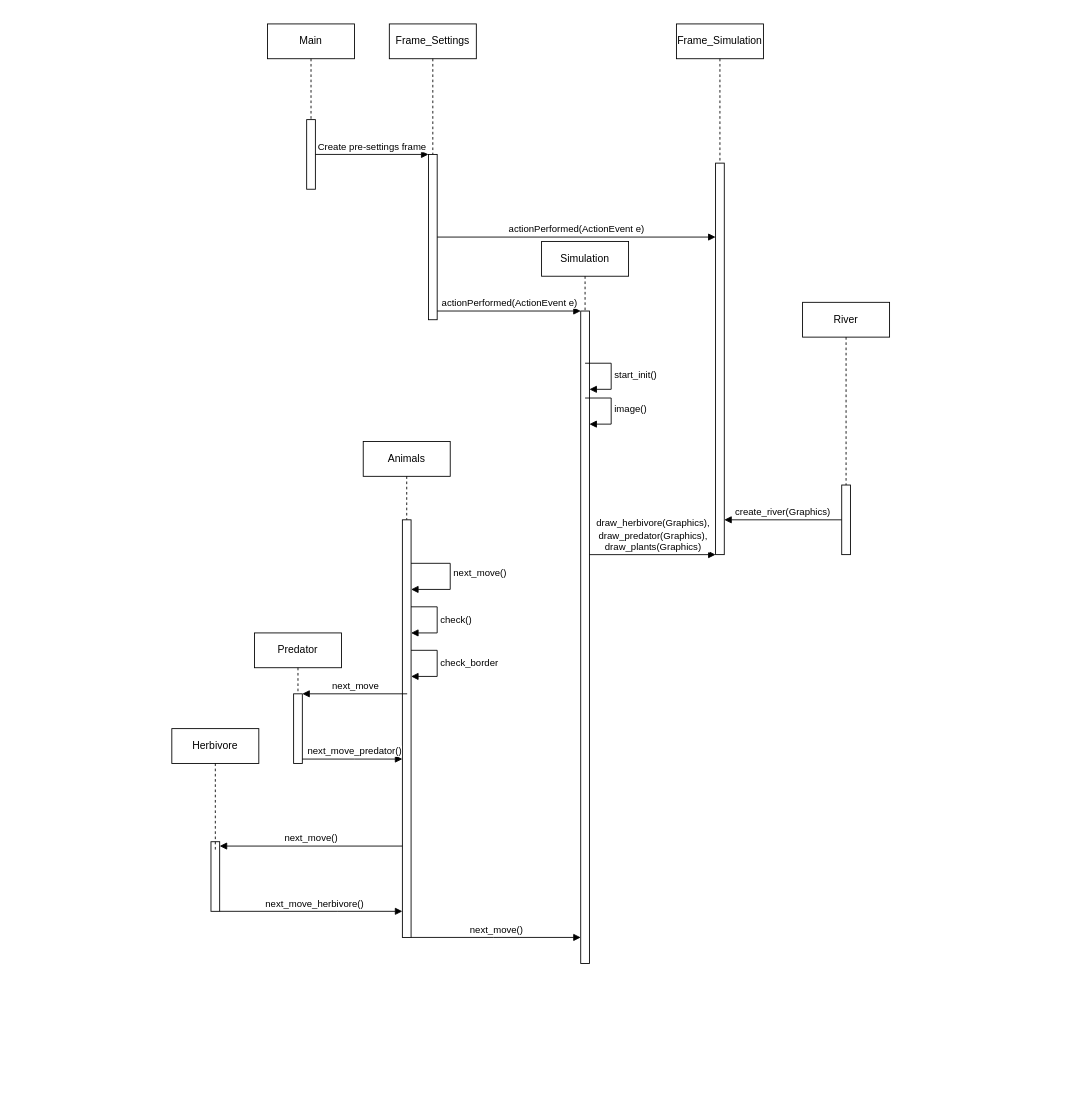
Above: LaSimulation_sequencediagram.drawio.xml in Vasiluke06/LaSimulation (draw.io), before the change. Source tidied: cells renumbered, new cells numbered last; positions are measured from the earlier drawing's top-left corner, leaving out a move shared by most shapes. Both pictures are drawn from the tidied source at 87%, with x=0, y=0 at pixel (171, 23).
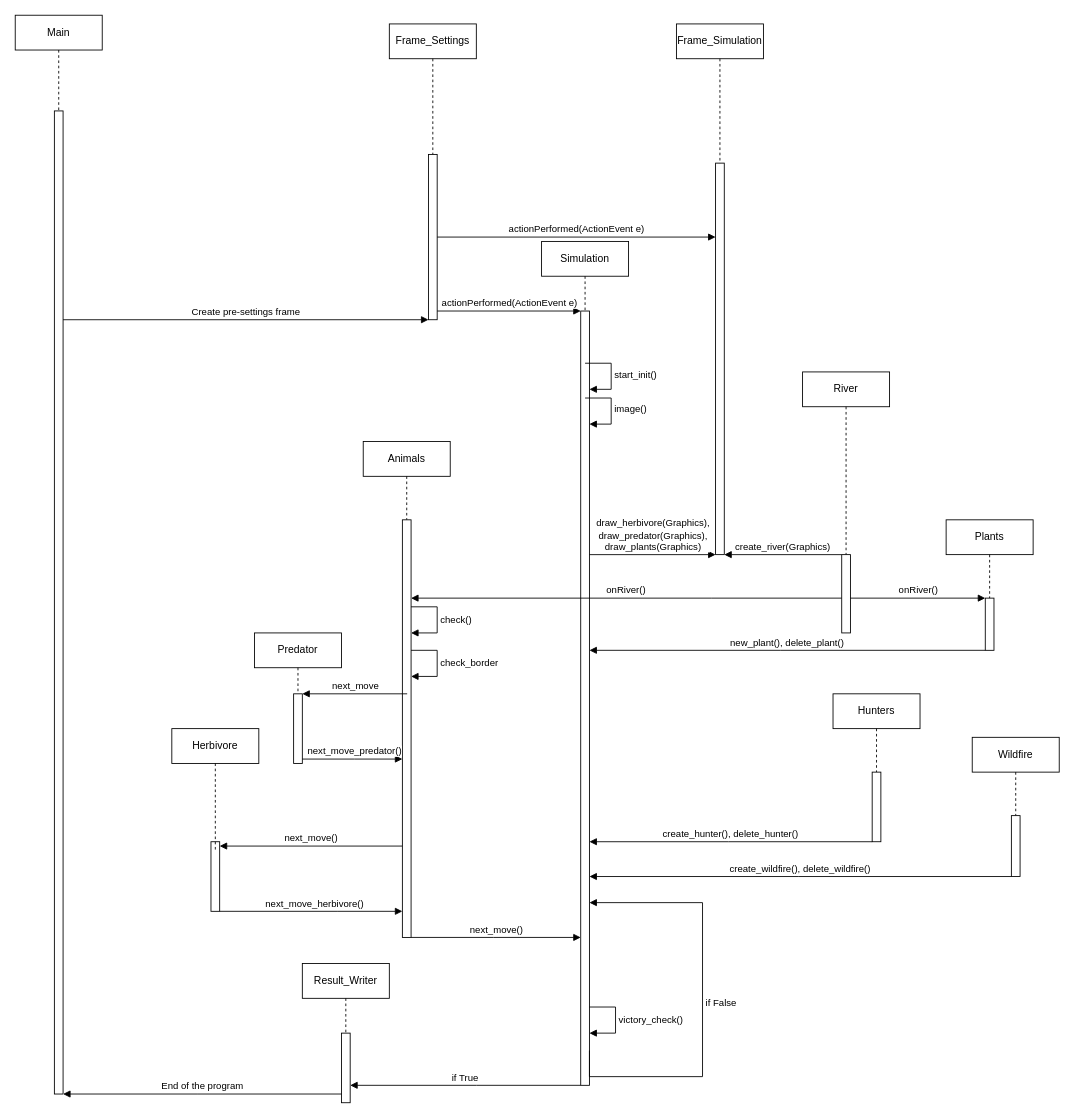
The same page after the edit.

The change refers to these unchanged cells:
```xml
<mxCell id="5" style="html=1;points=[[0,0,0,0,5],[0,1,0,0,-5],[1,0,0,0,5],[1,1,0,0,-5]];perimeter=orthogonalPerimeter;outlineConnect=0;targetShapes=umlLifeline;portConstraint=eastwest;newEdgeStyle={&quot;curved&quot;:0,&quot;rounded&quot;:0};" parent="1" vertex="1">
  <mxGeometry x="295" y="150" width="10" height="190" as="geometry" />
</mxCell>
<mxCell id="8" style="html=1;points=[[0,0,0,0,5],[0,1,0,0,-5],[1,0,0,0,5],[1,1,0,0,-5]];perimeter=orthogonalPerimeter;outlineConnect=0;targetShapes=umlLifeline;portConstraint=eastwest;newEdgeStyle={&quot;curved&quot;:0,&quot;rounded&quot;:0};" parent="1" vertex="1">
  <mxGeometry x="625" y="160" width="10" height="450" as="geometry" />
</mxCell>
<mxCell id="20" style="html=1;points=[[0,0,0,0,5],[0,1,0,0,-5],[1,0,0,0,5],[1,1,0,0,-5]];perimeter=orthogonalPerimeter;outlineConnect=0;targetShapes=umlLifeline;portConstraint=eastwest;newEdgeStyle={&quot;curved&quot;:0,&quot;rounded&quot;:0};" parent="1" vertex="1">
  <mxGeometry x="265" y="570" width="10" height="480" as="geometry" />
</mxCell>
```

Diff of the diagram source:
```diff
@@
     <mxCell id="2" value="Main" style="shape=umlLifeline;perimeter=lifelinePerimeter;whiteSpace=wrap;html=1;newEdgeStyle={&quot;curved&quot;:0,&quot;rounded&quot;:0};" parent="1" vertex="1">
-      <mxGeometry x="110" width="100" height="110" as="geometry" />
+      <mxGeometry x="-180" y="-10" width="100" height="110" as="geometry" />
     </mxCell>
-    <mxCell id="3" style="html=1;points=[[0,0,0,0,5],[0,1,0,0,-5],[1,0,0,0,5],[1,1,0,0,-5]];perimeter=orthogonalPerimeter;outlineConnect=0;targetShapes=umlLifeline;portConstraint=eastwest;newEdgeStyle={&quot;curved&quot;:0,&quot;rounded&quot;:0};" parent="1" vertex="1">
-      <mxGeometry x="155" y="110" width="10" height="80" as="geometry" />
-    </mxCell>
+    <mxCell id="33" style="html=1;points=[[0,0,0,0,5],[0,1,0,0,-5],[1,0,0,0,5],[1,1,0,0,-5]];perimeter=orthogonalPerimeter;outlineConnect=0;targetShapes=umlLifeline;portConstraint=eastwest;newEdgeStyle={&quot;curved&quot;:0,&quot;rounded&quot;:0};" parent="1" vertex="1">
+      <mxGeometry x="-135" y="100" width="10" height="1130" as="geometry" />
+    </mxCell>
@@
-    <mxCell id="6" value="Create pre-settings frame" style="html=1;verticalAlign=bottom;endArrow=block;curved=0;rounded=0;" parent="1" edge="1" source="3" target="5">
+    <mxCell id="6" value="Create pre-settings frame" style="html=1;verticalAlign=bottom;endArrow=block;curved=0;rounded=0;" parent="1" edge="1" source="33" target="5">
       <mxGeometry relative="1" as="geometry" />
     </mxCell>
@@
-    <mxCell id="11" style="html=1;points=[[0,0,0,0,5],[0,1,0,0,-5],[1,0,0,0,5],[1,1,0,0,-5]];perimeter=orthogonalPerimeter;outlineConnect=0;targetShapes=umlLifeline;portConstraint=eastwest;newEdgeStyle={&quot;curved&quot;:0,&quot;rounded&quot;:0};" parent="1" vertex="1">
-      <mxGeometry x="470" y="330" width="10" height="750" as="geometry" />
-    </mxCell>
-    <mxCell id="12" value="actionPerformed(ActionEvent e)" style="html=1;verticalAlign=bottom;endArrow=block;curved=0;rounded=0;" parent="1" edge="1" source="5" target="11">
-      <mxGeometry relative="1" as="geometry" />
-    </mxCell>
+    <mxCell id="34" style="html=1;points=[[0,0,0,0,5],[0,1,0,0,-5],[1,0,0,0,5],[1,1,0,0,-5]];perimeter=orthogonalPerimeter;outlineConnect=0;targetShapes=umlLifeline;portConstraint=eastwest;newEdgeStyle={&quot;curved&quot;:0,&quot;rounded&quot;:0};" parent="1" vertex="1">
+      <mxGeometry x="470" y="330" width="10" height="890" as="geometry" />
+    </mxCell>
+    <mxCell id="35" value="actionPerformed(ActionEvent e)" style="html=1;verticalAlign=bottom;endArrow=block;curved=0;rounded=0;" parent="1" edge="1" source="5" target="34">
+      <mxGeometry relative="1" as="geometry" />
+    </mxCell>
@@
-    <mxCell id="15" value="draw_herbivore(Graphics),&lt;div&gt;draw_predator(Graphics),&lt;/div&gt;&lt;div&gt;draw_plants(Graphics)&lt;/div&gt;" style="html=1;verticalAlign=bottom;endArrow=block;curved=0;rounded=0;" parent="1" edge="1" source="11" target="8">
+    <mxCell id="15" value="draw_herbivore(Graphics),&lt;div&gt;draw_predator(Graphics),&lt;/div&gt;&lt;div&gt;draw_plants(Graphics)&lt;/div&gt;" style="html=1;verticalAlign=bottom;endArrow=block;curved=0;rounded=0;" parent="1" edge="1" source="34" target="8">
       <mxGeometry relative="1" as="geometry" />
     </mxCell>
     <mxCell id="16" value="River" style="shape=umlLifeline;perimeter=lifelinePerimeter;whiteSpace=wrap;html=1;newEdgeStyle={&quot;curved&quot;:0,&quot;rounded&quot;:0};" parent="1" vertex="1">
-      <mxGeometry x="725" y="320" width="100" height="210" as="geometry" />
+      <mxGeometry x="725" y="400" width="100" height="210" as="geometry" />
     </mxCell>
-    <mxCell id="17" style="html=1;points=[[0,0,0,0,5],[0,1,0,0,-5],[1,0,0,0,5],[1,1,0,0,-5]];perimeter=orthogonalPerimeter;outlineConnect=0;targetShapes=umlLifeline;portConstraint=eastwest;newEdgeStyle={&quot;curved&quot;:0,&quot;rounded&quot;:0};" parent="1" vertex="1">
-      <mxGeometry x="770" y="530" width="10" height="80" as="geometry" />
-    </mxCell>
+    <mxCell id="36" style="html=1;points=[[0,0,0,0,5],[0,1,0,0,-5],[1,0,0,0,5],[1,1,0,0,-5]];perimeter=orthogonalPerimeter;outlineConnect=0;targetShapes=umlLifeline;portConstraint=eastwest;newEdgeStyle={&quot;curved&quot;:0,&quot;rounded&quot;:0};" parent="1" vertex="1">
+      <mxGeometry x="770" y="610" width="10" height="90" as="geometry" />
+    </mxCell>
-    <mxCell id="18" value="create_river(Graphics)" style="html=1;verticalAlign=bottom;endArrow=block;curved=0;rounded=0;" parent="1" edge="1" source="17" target="8">
+    <mxCell id="18" value="create_river(Graphics)" style="html=1;verticalAlign=bottom;endArrow=block;curved=0;rounded=0;" parent="1" edge="1" source="36" target="8">
       <mxGeometry relative="1" as="geometry" />
     </mxCell>
@@
-    <mxCell id="21" value="next_move()" style="html=1;align=left;spacingLeft=2;endArrow=block;rounded=0;edgeStyle=orthogonalEdgeStyle;curved=0;rounded=0;" parent="1" edge="1" source="20" target="20">
-      <mxGeometry x="-0.06" relative="1" as="geometry">
-        <Array as="points">
-          <mxPoint x="320" y="620" />
-          <mxPoint x="320" y="650" />
-        </Array>
-      </mxGeometry>
-    </mxCell>
@@
-    <mxCell id="32" value="next_move()" style="html=1;verticalAlign=bottom;endArrow=block;curved=0;rounded=0;" parent="1" edge="1" source="20" target="11">
+    <mxCell id="32" value="next_move()" style="html=1;verticalAlign=bottom;endArrow=block;curved=0;rounded=0;" parent="1" edge="1" source="20" target="34">
       <mxGeometry x="0.01" relative="1" as="geometry">
         <Array as="points">
           <mxPoint x="370" y="1050" />
         </Array>
       </mxGeometry>
     </mxCell>
+    <mxCell id="37" value="if True" style="html=1;verticalAlign=bottom;endArrow=block;curved=0;rounded=0;" parent="1" edge="1" source="34" target="41">
+      <mxGeometry relative="1" as="geometry">
+        <Array as="points">
+          <mxPoint x="350" y="1220" />
+        </Array>
+      </mxGeometry>
+    </mxCell>
+    <mxCell id="38" value="victory_check()" style="html=1;align=left;spacingLeft=2;endArrow=block;rounded=0;edgeStyle=orthogonalEdgeStyle;curved=0;rounded=0;" parent="1" edge="1" target="34">
+      <mxGeometry relative="1" as="geometry">
+        <mxPoint x="480" y="1130" as="sourcePoint" />
+        <Array as="points">
+          <mxPoint x="510" y="1130" />
+          <mxPoint x="510" y="1160" />
+        </Array>
+      </mxGeometry>
+    </mxCell>
+    <mxCell id="39" value="if False" style="html=1;align=left;spacingLeft=2;endArrow=block;rounded=0;edgeStyle=orthogonalEdgeStyle;curved=0;rounded=0;" parent="1" edge="1" target="34">
+      <mxGeometry relative="1" as="geometry">
+        <mxPoint x="480" y="1180" as="sourcePoint" />
+        <Array as="points">
+          <mxPoint x="480" y="1210" />
+          <mxPoint x="610" y="1210" />
+          <mxPoint x="610" y="1010" />
+        </Array>
+      </mxGeometry>
+    </mxCell>
+    <mxCell id="40" value="Result_Writer" style="shape=umlLifeline;perimeter=lifelinePerimeter;whiteSpace=wrap;html=1;newEdgeStyle={&quot;curved&quot;:0,&quot;rounded&quot;:0};" parent="1" vertex="1">
+      <mxGeometry x="150" y="1080" width="100" height="80" as="geometry" />
+    </mxCell>
+    <mxCell id="41" style="html=1;points=[[0,0,0,0,5],[0,1,0,0,-5],[1,0,0,0,5],[1,1,0,0,-5]];perimeter=orthogonalPerimeter;outlineConnect=0;targetShapes=umlLifeline;portConstraint=eastwest;newEdgeStyle={&quot;curved&quot;:0,&quot;rounded&quot;:0};" parent="1" vertex="1">
+      <mxGeometry x="195" y="1160" width="10" height="80" as="geometry" />
+    </mxCell>
+    <mxCell id="42" value="End of the program" style="html=1;verticalAlign=bottom;endArrow=block;curved=0;rounded=0;" parent="1" edge="1" source="41" target="33">
+      <mxGeometry relative="1" as="geometry">
+        <Array as="points">
+          <mxPoint x="30" y="1230" />
+        </Array>
+      </mxGeometry>
+    </mxCell>
+    <mxCell id="43" value="Hunters" style="shape=umlLifeline;perimeter=lifelinePerimeter;whiteSpace=wrap;html=1;newEdgeStyle={&quot;curved&quot;:0,&quot;rounded&quot;:0};" parent="1" vertex="1">
+      <mxGeometry x="760" y="770" width="100" height="90" as="geometry" />
+    </mxCell>
+    <mxCell id="44" style="html=1;points=[[0,0,0,0,5],[0,1,0,0,-5],[1,0,0,0,5],[1,1,0,0,-5]];perimeter=orthogonalPerimeter;outlineConnect=0;targetShapes=umlLifeline;portConstraint=eastwest;newEdgeStyle={&quot;curved&quot;:0,&quot;rounded&quot;:0};" parent="1" vertex="1">
+      <mxGeometry x="805" y="860" width="10" height="80" as="geometry" />
+    </mxCell>
+    <mxCell id="45" value="create_hunter(), delete_hunter()" style="html=1;verticalAlign=bottom;endArrow=block;curved=0;rounded=0;" parent="1" edge="1" source="44" target="34">
+      <mxGeometry relative="1" as="geometry">
+        <Array as="points">
+          <mxPoint x="640" y="940" />
+        </Array>
+      </mxGeometry>
+    </mxCell>
+    <mxCell id="46" value="onRiver()" style="html=1;verticalAlign=bottom;endArrow=block;curved=0;rounded=0;" parent="1" edge="1" source="36" target="20">
+      <mxGeometry relative="1" as="geometry">
+        <Array as="points">
+          <mxPoint x="620" y="660" />
+        </Array>
+      </mxGeometry>
+    </mxCell>
+    <mxCell id="47" value="Plants" style="shape=umlLifeline;perimeter=lifelinePerimeter;whiteSpace=wrap;html=1;newEdgeStyle={&quot;curved&quot;:0,&quot;rounded&quot;:0};" parent="1" vertex="1">
+      <mxGeometry x="890" y="570" width="100" height="130" as="geometry" />
+    </mxCell>
+    <mxCell id="48" style="html=1;points=[[0,0,0,0,5],[0,1,0,0,-5],[1,0,0,0,5],[1,1,0,0,-5]];perimeter=orthogonalPerimeter;outlineConnect=0;targetShapes=umlLifeline;portConstraint=eastwest;newEdgeStyle={&quot;curved&quot;:0,&quot;rounded&quot;:0};" parent="1" vertex="1">
+      <mxGeometry x="935" y="660" width="10" height="60" as="geometry" />
+    </mxCell>
+    <mxCell id="49" value="onRiver()" style="html=1;verticalAlign=bottom;endArrow=block;curved=0;rounded=0;" parent="1" edge="1" source="36" target="48">
+      <mxGeometry relative="1" as="geometry" />
+    </mxCell>
+    <mxCell id="50" value="new_plant(), delete_plant()" style="html=1;verticalAlign=bottom;endArrow=block;curved=0;rounded=0;" parent="1" edge="1" source="48" target="34">
+      <mxGeometry relative="1" as="geometry">
+        <Array as="points">
+          <mxPoint x="700" y="720" />
+        </Array>
+      </mxGeometry>
+    </mxCell>
+    <mxCell id="51" value="Wildfire" style="shape=umlLifeline;perimeter=lifelinePerimeter;whiteSpace=wrap;html=1;newEdgeStyle={&quot;curved&quot;:0,&quot;rounded&quot;:0};" parent="1" vertex="1">
+      <mxGeometry x="920" y="820" width="100" height="90" as="geometry" />
+    </mxCell>
+    <mxCell id="52" style="html=1;points=[[0,0,0,0,5],[0,1,0,0,-5],[1,0,0,0,5],[1,1,0,0,-5]];perimeter=orthogonalPerimeter;outlineConnect=0;targetShapes=umlLifeline;portConstraint=eastwest;newEdgeStyle={&quot;curved&quot;:0,&quot;rounded&quot;:0};" parent="1" vertex="1">
+      <mxGeometry x="965" y="910" width="10" height="70" as="geometry" />
+    </mxCell>
+    <mxCell id="53" value="create_wildfire(), delete_wildfire()" style="html=1;verticalAlign=bottom;endArrow=block;curved=0;rounded=0;" parent="1" edge="1" source="52" target="34">
+      <mxGeometry relative="1" as="geometry">
+        <Array as="points">
+          <mxPoint x="720" y="980" />
+        </Array>
+      </mxGeometry>
+    </mxCell>
```
